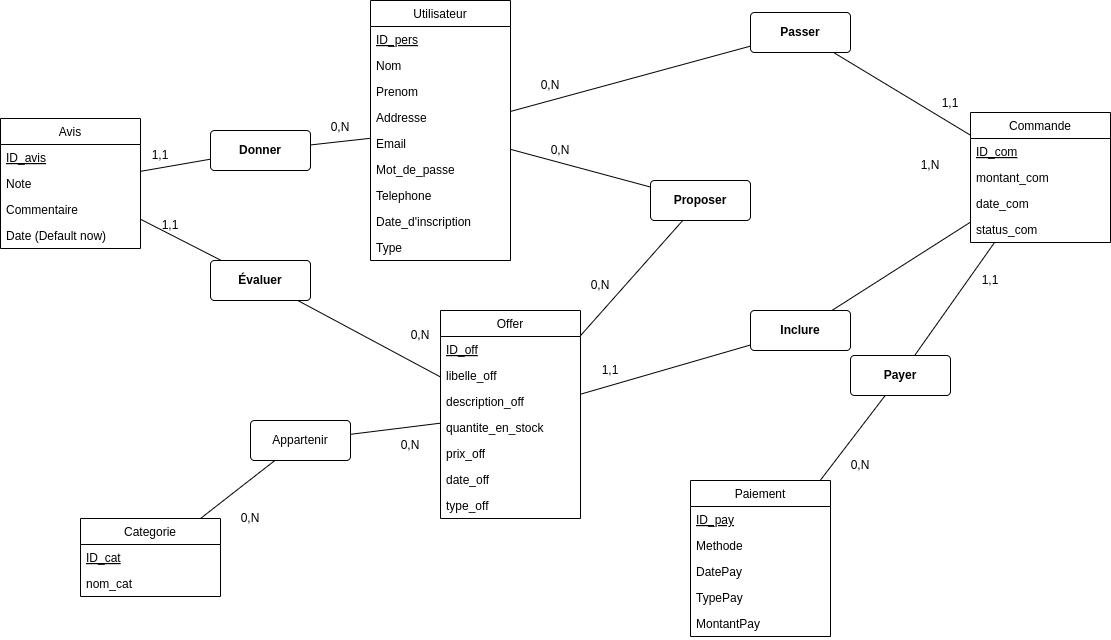
This is Planning/Modelisations.png from haki24gamer/Taajr, a draw.io export, as it was before one commit. Source tidied: cells renumbered, new cells last; positions are measured from the earlier drawing's top-left corner, leaving out a move shared by most shapes.
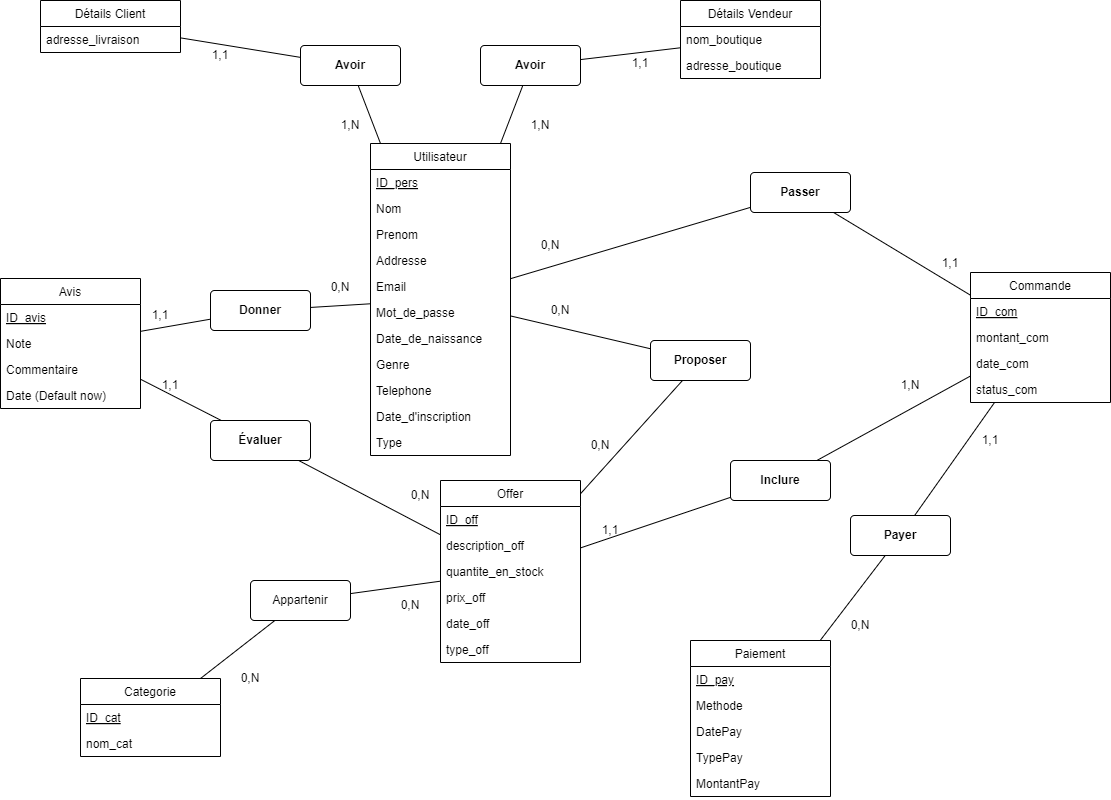
After the commit.

What changed in the source:
```diff
@@ -23,8 +23,14 @@
     <mxCell id="8" value="Date (Default now)" style="text;strokeColor=none;fillColor=none;align=left;verticalAlign=top;spacingLeft=4;spacingRight=4;overflow=hidden;" parent="4" vertex="1">
       <mxGeometry y="104" width="140" height="26" as="geometry" />
     </mxCell>
+    <mxCell id="74" style="edgeStyle=none;html=1;endArrow=none;endFill=0;" parent="1" edge="1" source="9" target="79">
+      <mxGeometry relative="1" as="geometry" />
+    </mxCell>
+    <mxCell id="75" style="edgeStyle=none;html=1;endArrow=none;endFill=0;" parent="1" edge="1" source="9" target="81">
+      <mxGeometry relative="1" as="geometry" />
+    </mxCell>
     <mxCell id="9" value="Utilisateur" style="swimlane;fontStyle=0;horizontal=1;startSize=26;" parent="1" vertex="1">
-      <mxGeometry x="370" width="140" height="260" as="geometry" />
+      <mxGeometry x="370" y="-17" width="140" height="312" as="geometry" />
     </mxCell>
     <mxCell id="10" value="ID_pers" style="text;strokeColor=none;fillColor=none;align=left;verticalAlign=top;spacingLeft=4;spacingRight=4;overflow=hidden;fontStyle=4;" parent="9" vertex="1">
       <mxGeometry y="26" width="140" height="26" as="geometry" />
@@ -44,14 +50,20 @@
     <mxCell id="15" value="Mot_de_passe" style="text;strokeColor=none;fillColor=none;align=left;verticalAlign=top;spacingLeft=4;spacingRight=4;overflow=hidden;" parent="9" vertex="1">
       <mxGeometry y="156" width="140" height="26" as="geometry" />
     </mxCell>
+    <mxCell id="76" value="Date_de_naissance" style="text;strokeColor=none;fillColor=none;align=left;verticalAlign=top;spacingLeft=4;spacingRight=4;overflow=hidden;" parent="9" vertex="1">
+      <mxGeometry y="182" width="140" height="26" as="geometry" />
+    </mxCell>
+    <mxCell id="77" value="Genre" style="text;strokeColor=none;fillColor=none;align=left;verticalAlign=top;spacingLeft=4;spacingRight=4;overflow=hidden;" parent="9" vertex="1">
+      <mxGeometry y="208" width="140" height="26" as="geometry" />
+    </mxCell>
     <mxCell id="16" value="Telephone" style="text;strokeColor=none;fillColor=none;align=left;verticalAlign=top;spacingLeft=4;spacingRight=4;overflow=hidden;" parent="9" vertex="1">
-      <mxGeometry y="182" width="140" height="26" as="geometry" />
+      <mxGeometry y="234" width="140" height="26" as="geometry" />
     </mxCell>
     <mxCell id="17" value="Date_d'inscription" style="text;strokeColor=none;fillColor=none;align=left;verticalAlign=top;spacingLeft=4;spacingRight=4;overflow=hidden;" parent="9" vertex="1">
-      <mxGeometry y="208" width="140" height="26" as="geometry" />
+      <mxGeometry y="260" width="140" height="26" as="geometry" />
     </mxCell>
     <mxCell id="18" value="Type" style="text;strokeColor=none;fillColor=none;align=left;verticalAlign=top;spacingLeft=4;spacingRight=4;overflow=hidden;" parent="9" vertex="1">
-      <mxGeometry y="234" width="140" height="26" as="geometry" />
+      <mxGeometry y="286" width="140" height="26" as="geometry" />
     </mxCell>
     <mxCell id="19" value="Commande" style="swimlane;fontStyle=0;horizontal=1;startSize=26;" parent="1" vertex="1">
       <mxGeometry x="970" y="112" width="140" height="130" as="geometry" />
@@ -69,28 +81,25 @@
       <mxGeometry y="104" width="140" height="26" as="geometry" />
     </mxCell>
     <mxCell id="24" value="Offer" style="swimlane;fontStyle=0;horizontal=1;startSize=26;" parent="1" vertex="1">
-      <mxGeometry x="440" y="310" width="140" height="208" as="geometry" />
+      <mxGeometry x="440" y="320" width="140" height="182" as="geometry" />
     </mxCell>
     <mxCell id="25" value="ID_off" style="text;strokeColor=none;fillColor=none;align=left;verticalAlign=top;spacingLeft=4;spacingRight=4;overflow=hidden;fontStyle=4;" parent="24" vertex="1">
       <mxGeometry y="26" width="140" height="26" as="geometry" />
     </mxCell>
-    <mxCell id="26" value="libelle_off" style="text;strokeColor=none;fillColor=none;align=left;verticalAlign=top;spacingLeft=4;spacingRight=4;overflow=hidden;" parent="24" vertex="1">
-      <mxGeometry y="52" width="140" height="26" as="geometry" />
-    </mxCell>
     <mxCell id="27" value="description_off" style="text;strokeColor=none;fillColor=none;align=left;verticalAlign=top;spacingLeft=4;spacingRight=4;overflow=hidden;" parent="24" vertex="1">
-      <mxGeometry y="78" width="140" height="26" as="geometry" />
+      <mxGeometry y="52" width="140" height="26" as="geometry" />
     </mxCell>
     <mxCell id="28" value="quantite_en_stock" style="text;strokeColor=none;fillColor=none;align=left;verticalAlign=top;spacingLeft=4;spacingRight=4;overflow=hidden;" parent="24" vertex="1">
-      <mxGeometry y="104" width="140" height="26" as="geometry" />
+      <mxGeometry y="78" width="140" height="26" as="geometry" />
     </mxCell>
     <mxCell id="29" value="prix_off" style="text;strokeColor=none;fillColor=none;align=left;verticalAlign=top;spacingLeft=4;spacingRight=4;overflow=hidden;" parent="24" vertex="1">
-      <mxGeometry y="130" width="140" height="26" as="geometry" />
+      <mxGeometry y="104" width="140" height="26" as="geometry" />
     </mxCell>
     <mxCell id="30" value="date_off" style="text;strokeColor=none;fillColor=none;align=left;verticalAlign=top;spacingLeft=4;spacingRight=4;overflow=hidden;" parent="24" vertex="1">
-      <mxGeometry y="156" width="140" height="26" as="geometry" />
+      <mxGeometry y="130" width="140" height="26" as="geometry" />
     </mxCell>
     <mxCell id="31" value="type_off" style="text;strokeColor=none;fillColor=none;align=left;verticalAlign=top;spacingLeft=4;spacingRight=4;overflow=hidden;" parent="24" vertex="1">
-      <mxGeometry y="182" width="140" height="26" as="geometry" />
+      <mxGeometry y="156" width="140" height="26" as="geometry" />
     </mxCell>
     <mxCell id="32" value="Paiement" style="swimlane;fontStyle=0;horizontal=1;startSize=26;" parent="1" vertex="1">
       <mxGeometry x="690" y="480" width="140" height="156" as="geometry" />
@@ -147,7 +156,7 @@
       <mxGeometry relative="1" as="geometry" />
     </mxCell>
     <mxCell id="50" value="&lt;strong&gt;Inclure&lt;/strong&gt;" style="rounded=1;arcSize=10;whiteSpace=wrap;html=1;align=center;" parent="1" vertex="1">
-      <mxGeometry x="750" y="310" width="100" height="40" as="geometry" />
+      <mxGeometry x="730" y="300" width="100" height="40" as="geometry" />
     </mxCell>
     <mxCell id="51" style="edgeStyle=none;html=1;endArrow=none;endFill=0;" parent="1" edge="1" source="24" target="50">
       <mxGeometry relative="1" as="geometry" />
@@ -192,7 +201,7 @@
       <mxGeometry x="380" y="430" width="60" height="30" as="geometry" />
     </mxCell>
     <mxCell id="65" value="1,N" style="text;html=1;strokeColor=none;fillColor=none;align=center;verticalAlign=middle;whiteSpace=wrap;rounded=0;" parent="1" vertex="1">
-      <mxGeometry x="900" y="150" width="60" height="30" as="geometry" />
+      <mxGeometry x="880" y="210" width="60" height="30" as="geometry" />
     </mxCell>
     <mxCell id="66" value="0,N" style="text;html=1;strokeColor=none;fillColor=none;align=center;verticalAlign=middle;whiteSpace=wrap;rounded=0;" parent="1" vertex="1">
       <mxGeometry x="570" y="270" width="60" height="30" as="geometry" />
@@ -218,5 +227,44 @@
     <mxCell id="73" value="&lt;span style=&quot;&quot;&gt;Appartenir&lt;/span&gt;" style="rounded=1;arcSize=10;whiteSpace=wrap;html=1;align=center;" parent="1" vertex="1">
       <mxGeometry x="250" y="420" width="100" height="40" as="geometry" />
     </mxCell>
+    <mxCell id="78" style="edgeStyle=none;html=1;endArrow=none;endFill=0;" parent="1" edge="1" source="79" target="82">
+      <mxGeometry relative="1" as="geometry" />
+    </mxCell>
+    <mxCell id="79" value="&lt;b&gt;Avoir&lt;/b&gt;" style="rounded=1;arcSize=10;whiteSpace=wrap;html=1;align=center;" parent="1" vertex="1">
+      <mxGeometry x="300" y="-115" width="100" height="40" as="geometry" />
+    </mxCell>
+    <mxCell id="80" style="edgeStyle=none;html=1;endArrow=none;endFill=0;" parent="1" edge="1" source="81" target="84">
+      <mxGeometry relative="1" as="geometry" />
+    </mxCell>
+    <mxCell id="81" value="&lt;b&gt;Avoir&lt;/b&gt;" style="rounded=1;arcSize=10;whiteSpace=wrap;html=1;align=center;" parent="1" vertex="1">
+      <mxGeometry x="480" y="-115" width="100" height="40" as="geometry" />
+    </mxCell>
+    <mxCell id="82" value="Détails Client" style="swimlane;fontStyle=0;horizontal=1;startSize=26;" parent="1" vertex="1">
+      <mxGeometry x="40" y="-160" width="140" height="52" as="geometry" />
+    </mxCell>
+    <mxCell id="83" value="adresse_livraison " style="text;strokeColor=none;fillColor=none;align=left;verticalAlign=top;spacingLeft=4;spacingRight=4;overflow=hidden;fontStyle=0;" parent="82" vertex="1">
+      <mxGeometry y="26" width="140" height="26" as="geometry" />
+    </mxCell>
+    <mxCell id="84" value="Détails Vendeur" style="swimlane;fontStyle=0;horizontal=1;startSize=26;" parent="1" vertex="1">
+      <mxGeometry x="680" y="-160" width="140" height="78" as="geometry" />
+    </mxCell>
+    <mxCell id="85" value="nom_boutique " style="text;strokeColor=none;fillColor=none;align=left;verticalAlign=top;spacingLeft=4;spacingRight=4;overflow=hidden;" parent="84" vertex="1">
+      <mxGeometry y="26" width="140" height="26" as="geometry" />
+    </mxCell>
+    <mxCell id="86" value="adresse_boutique " style="text;strokeColor=none;fillColor=none;align=left;verticalAlign=top;spacingLeft=4;spacingRight=4;overflow=hidden;" parent="84" vertex="1">
+      <mxGeometry y="52" width="140" height="26" as="geometry" />
+    </mxCell>
+    <mxCell id="87" value="1,N" style="text;html=1;strokeColor=none;fillColor=none;align=center;verticalAlign=middle;whiteSpace=wrap;rounded=0;" parent="1" vertex="1">
+      <mxGeometry x="320" y="-50" width="60" height="30" as="geometry" />
+    </mxCell>
+    <mxCell id="88" value="1,N" style="text;html=1;strokeColor=none;fillColor=none;align=center;verticalAlign=middle;whiteSpace=wrap;rounded=0;" parent="1" vertex="1">
+      <mxGeometry x="510" y="-50" width="60" height="30" as="geometry" />
+    </mxCell>
+    <mxCell id="89" value="1,1" style="text;html=1;strokeColor=none;fillColor=none;align=center;verticalAlign=middle;whiteSpace=wrap;rounded=0;" parent="1" vertex="1">
+      <mxGeometry x="190" y="-120" width="60" height="30" as="geometry" />
+    </mxCell>
+    <mxCell id="90" value="1,1" style="text;html=1;strokeColor=none;fillColor=none;align=center;verticalAlign=middle;whiteSpace=wrap;rounded=0;" parent="1" vertex="1">
+      <mxGeometry x="610" y="-112" width="60" height="30" as="geometry" />
+    </mxCell>
   </root>
 </mxGraphModel>
```
